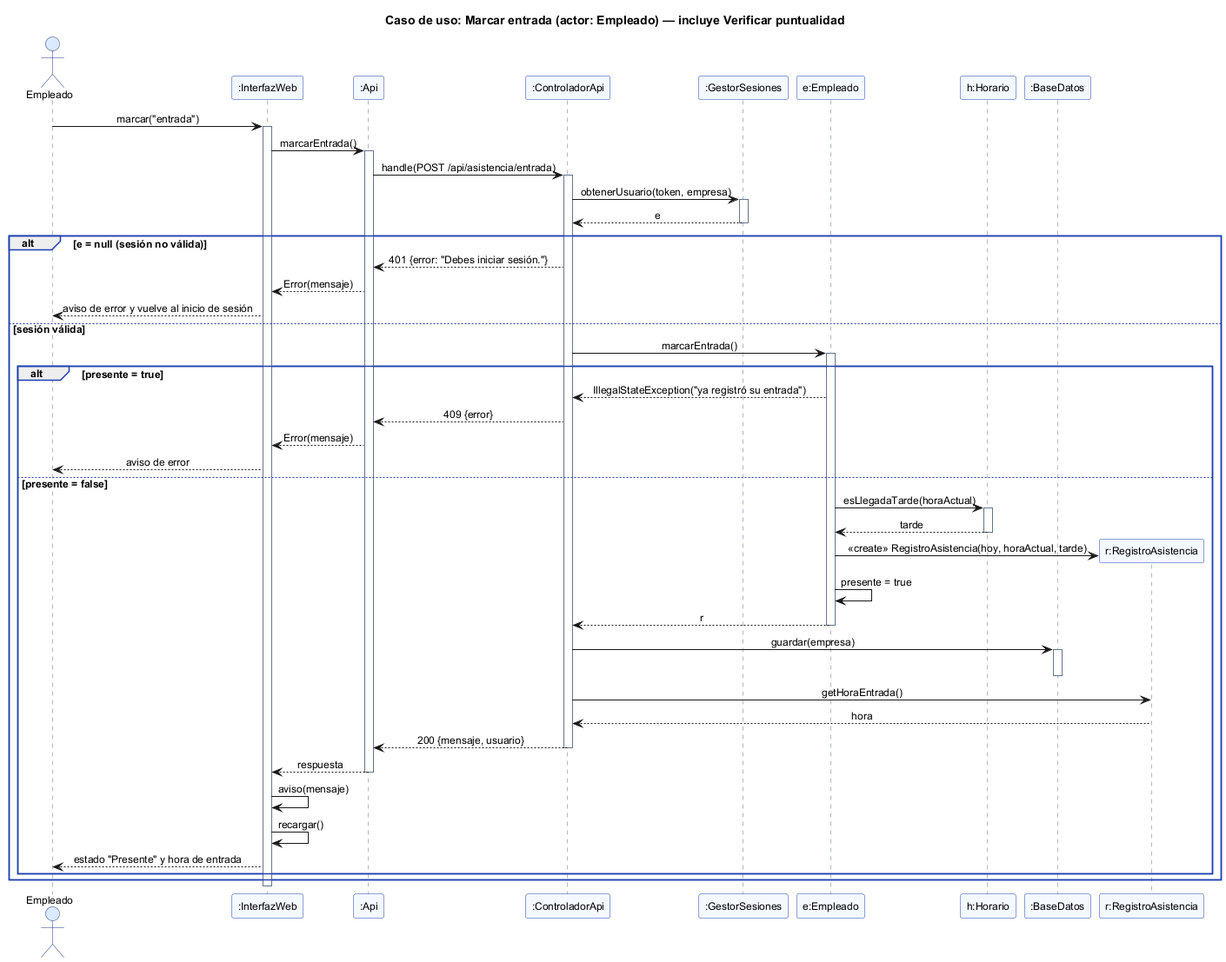
Above: docs/diagramas/img/secuencia_marcar_entrada.png in diavolo34/Proyecto-Poo (PlantUML), before the change. Its diagram source:
```plantuml
@startuml secuencia_marcar_entrada
title Caso de uso: Marcar entrada (actor: Empleado) — incluye Verificar puntualidad
skinparam shadowing false
skinparam defaultFontName Arial
skinparam defaultFontSize 12
skinparam backgroundColor white
skinparam sequenceMessageAlign center
skinparam responseMessageBelowArrow true
skinparam sequence {
  LifeLineBorderColor #64748B
  ParticipantBackgroundColor #F4F8FF
  ParticipantBorderColor #1E40AF
  ActorBackgroundColor #DBEAFE
  ActorBorderColor #1E3A8A
  GroupBorderColor #1E40AF
}

actor Empleado as Actor
participant ":InterfazWeb" as UI
participant ":Api" as API
participant ":ControladorApi" as CTRL
participant ":GestorSesiones" as SES
participant "e:Empleado" as E
participant "h:Horario" as H
participant ":BaseDatos" as BD

Actor -> UI : marcar("entrada")
activate UI
UI -> API : marcarEntrada()
activate API
API -> CTRL : handle(POST /api/asistencia/entrada)
activate CTRL
CTRL -> SES : obtenerUsuario(token, empresa)
activate SES
SES --> CTRL : e
deactivate SES

alt e = null (sesión no válida)
  CTRL --> API : 401 {error: "Debes iniciar sesión."}
  API --> UI : Error(mensaje)
  UI --> Actor : aviso de error y vuelve al inicio de sesión
else sesión válida
  CTRL -> E : marcarEntrada()
  activate E
  alt presente = true
    E --> CTRL : IllegalStateException("ya registró su entrada")
    CTRL --> API : 409 {error}
    API --> UI : Error(mensaje)
    UI --> Actor : aviso de error
  else presente = false
    E -> H : esLlegadaTarde(horaActual)
    activate H
    H --> E : tarde
    deactivate H
    create participant "r:RegistroAsistencia" as R
    E -> R : <<create>> RegistroAsistencia(hoy, horaActual, tarde)
    E -> E : presente = true
    E --> CTRL : r
    deactivate E
    CTRL -> BD : guardar(empresa)
    activate BD
    deactivate BD
    CTRL -> R : getHoraEntrada()
    R --> CTRL : hora
    CTRL --> API : 200 {mensaje, usuario}
    deactivate CTRL
    API --> UI : respuesta
    deactivate API
    UI -> UI : aviso(mensaje)
    UI -> UI : recargar()
    UI --> Actor : estado "Presente" y hora de entrada
  end
end
deactivate UI
@enduml
```
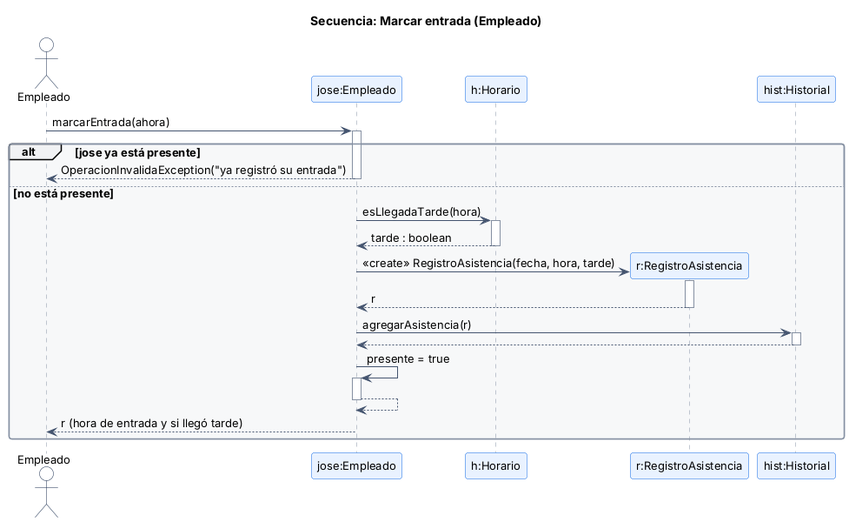
The same file after the commit.

Diff of the diagram source:
```diff
@@ -1,75 +1,26 @@
 @startuml secuencia_marcar_entrada
-title Caso de uso: Marcar entrada (actor: Empleado) — incluye Verificar puntualidad
-skinparam shadowing false
-skinparam defaultFontName Arial
-skinparam defaultFontSize 12
-skinparam backgroundColor white
-skinparam sequenceMessageAlign center
-skinparam responseMessageBelowArrow true
-skinparam sequence {
-  LifeLineBorderColor #64748B
-  ParticipantBackgroundColor #F4F8FF
-  ParticipantBorderColor #1E40AF
-  ActorBackgroundColor #DBEAFE
-  ActorBorderColor #1E3A8A
-  GroupBorderColor #1E40AF
-}
+!include estilo.iuml
+title Secuencia: Marcar entrada (Empleado)
+autoactivate on
+actor Empleado as A
+participant "jose:Empleado" as E
+participant "h:Horario" as H
+participant "r:RegistroAsistencia" as R
+participant "hist:Historial" as HI
 
-actor Empleado as Actor
-participant ":InterfazWeb" as UI
-participant ":Api" as API
-participant ":ControladorApi" as CTRL
-participant ":GestorSesiones" as SES
-participant "e:Empleado" as E
-participant "h:Horario" as H
-participant ":BaseDatos" as BD
-
-Actor -> UI : marcar("entrada")
-activate UI
-UI -> API : marcarEntrada()
-activate API
-API -> CTRL : handle(POST /api/asistencia/entrada)
-activate CTRL
-CTRL -> SES : obtenerUsuario(token, empresa)
-activate SES
-SES --> CTRL : e
-deactivate SES
-
-alt e = null (sesión no válida)
-  CTRL --> API : 401 {error: "Debes iniciar sesión."}
-  API --> UI : Error(mensaje)
-  UI --> Actor : aviso de error y vuelve al inicio de sesión
-else sesión válida
-  CTRL -> E : marcarEntrada()
-  activate E
-  alt presente = true
-    E --> CTRL : IllegalStateException("ya registró su entrada")
-    CTRL --> API : 409 {error}
-    API --> UI : Error(mensaje)
-    UI --> Actor : aviso de error
-  else presente = false
-    E -> H : esLlegadaTarde(horaActual)
-    activate H
-    H --> E : tarde
-    deactivate H
-    create participant "r:RegistroAsistencia" as R
-    E -> R : <<create>> RegistroAsistencia(hoy, horaActual, tarde)
-    E -> E : presente = true
-    E --> CTRL : r
-    deactivate E
-    CTRL -> BD : guardar(empresa)
-    activate BD
-    deactivate BD
-    CTRL -> R : getHoraEntrada()
-    R --> CTRL : hora
-    CTRL --> API : 200 {mensaje, usuario}
-    deactivate CTRL
-    API --> UI : respuesta
-    deactivate API
-    UI -> UI : aviso(mensaje)
-    UI -> UI : recargar()
-    UI --> Actor : estado "Presente" y hora de entrada
-  end
+A -> E : marcarEntrada(ahora)
+alt jose ya está presente
+  E --> A : OperacionInvalidaException("ya registró su entrada")
+else no está presente
+  E -> H : esLlegadaTarde(hora)
+  H --> E : tarde : boolean
+  create R
+  E -> R : <<create>> RegistroAsistencia(fecha, hora, tarde)
+  R --> E : r
+  E -> HI : agregarAsistencia(r)
+  HI --> E
+  E -> E : presente = true
+  E --> E
+  E --> A : r (hora de entrada y si llegó tarde)
 end
-deactivate UI
 @enduml
```
